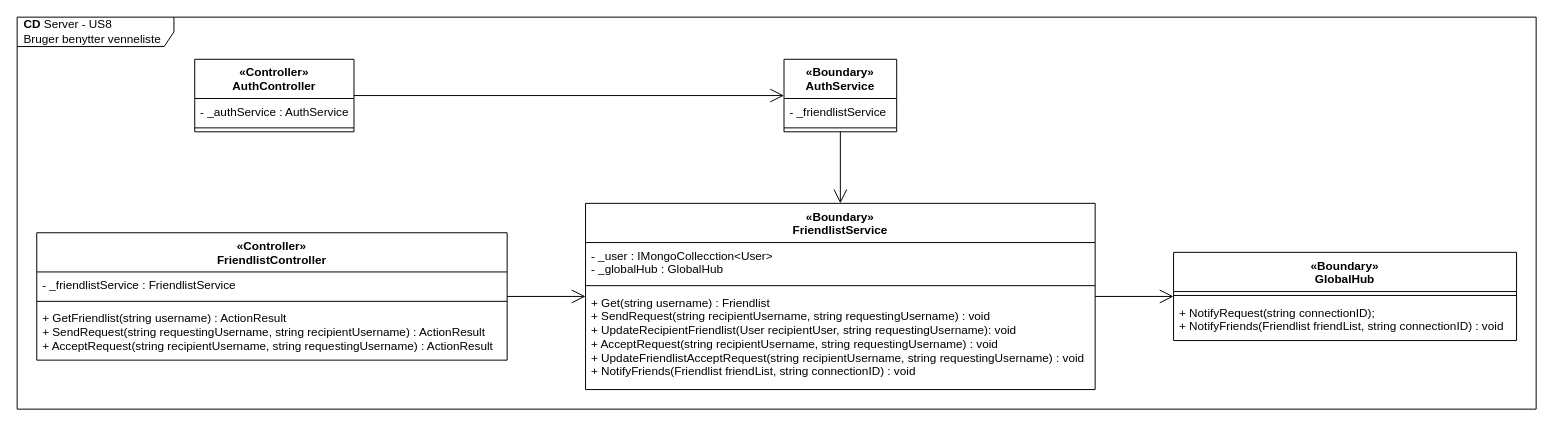
Earlier version of the draw.io diagram page "CD-Server" (3 of 3) of diagrams/arkitektur/US8_friendslist.drawio (Macradon/I7BAC-PlugNPlay). Source tidied: cells renumbered, new cells numbered last; positions are measured from the earlier drawing's top-left corner, leaving out a move shared by most shapes. Both pictures are drawn from the tidied source at 98%, with x=0, y=0 at pixel (17, 17).
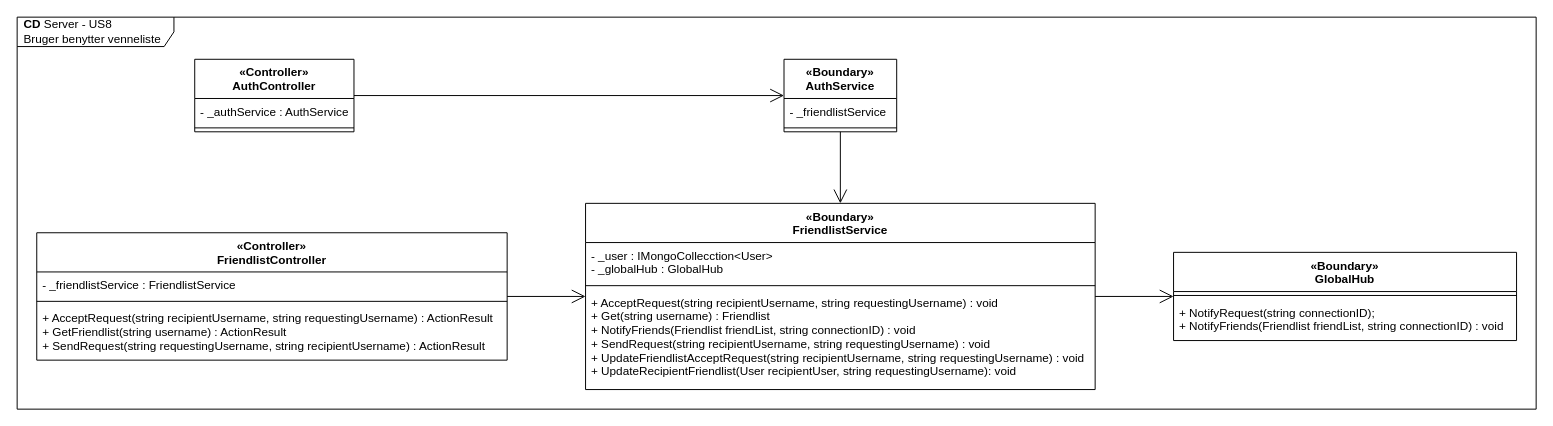
The same page after the edit.

Unchanged cells that the change refers to:
```xml
<mxCell id="15" value="«Controller»&#10;FriendlistController" style="swimlane;fontStyle=1;align=center;verticalAlign=top;horizontal=1;startSize=40;" parent="1" vertex="1">
  <mxGeometry x="20" y="220" width="480" height="130" as="geometry" />
</mxCell>
<mxCell id="20" value="«Boundary»&#10;FriendlistService" style="swimlane;fontStyle=1;align=center;verticalAlign=top;horizontal=1;startSize=40;" parent="1" vertex="1">
  <mxGeometry x="580" y="190" width="520" height="190" as="geometry" />
</mxCell>
```

Change to the diagram source:
```diff
@@
-    <mxCell id="18" value="+ GetFriendlist(string username) : ActionResult&#10;+ SendRequest(string requestingUsername, string recipientUsername) : ActionResult&#10;+ AcceptRequest(string recipientUsername, string requestingUsername) : ActionResult" style="text;strokeColor=none;fillColor=none;align=left;verticalAlign=top;spacingLeft=4;spacingRight=4;overflow=hidden;" parent="15" vertex="1">
+    <mxCell id="18" value="+ AcceptRequest(string recipientUsername, string requestingUsername) : ActionResult&#10;+ GetFriendlist(string username) : ActionResult&#10;+ SendRequest(string requestingUsername, string recipientUsername) : ActionResult" style="text;strokeColor=none;fillColor=none;align=left;verticalAlign=top;spacingLeft=4;spacingRight=4;overflow=hidden;" parent="15" vertex="1">
       <mxGeometry y="74" width="480" height="56" as="geometry" />
     </mxCell>
@@
-    <mxCell id="23" value="+ Get(string username) : Friendlist&#10;+ SendRequest(string recipientUsername, string requestingUsername) : void&#10;+ UpdateRecipientFriendlist(User recipientUser, string requestingUsername): void&#10;+ AcceptRequest(string recipientUsername, string requestingUsername) : void&#10;+ UpdateFriendlistAcceptRequest(string recipientUsername, string requestingUsername) : void&#10;+ NotifyFriends(Friendlist friendList, string connectionID) : void" style="text;strokeColor=none;fillColor=none;align=left;verticalAlign=top;spacingLeft=4;spacingRight=4;overflow=hidden;" parent="20" vertex="1">
+    <mxCell id="23" value="+ AcceptRequest(string recipientUsername, string requestingUsername) : void&#10;+ Get(string username) : Friendlist&#10;+ NotifyFriends(Friendlist friendList, string connectionID) : void&#10;+ SendRequest(string recipientUsername, string requestingUsername) : void&#10;+ UpdateFriendlistAcceptRequest(string recipientUsername, string requestingUsername) : void&#10;+ UpdateRecipientFriendlist(User recipientUser, string requestingUsername): void" style="text;strokeColor=none;fillColor=none;align=left;verticalAlign=top;spacingLeft=4;spacingRight=4;overflow=hidden;" parent="20" vertex="1">
       <mxGeometry y="88" width="520" height="102" as="geometry" />
     </mxCell>
```
